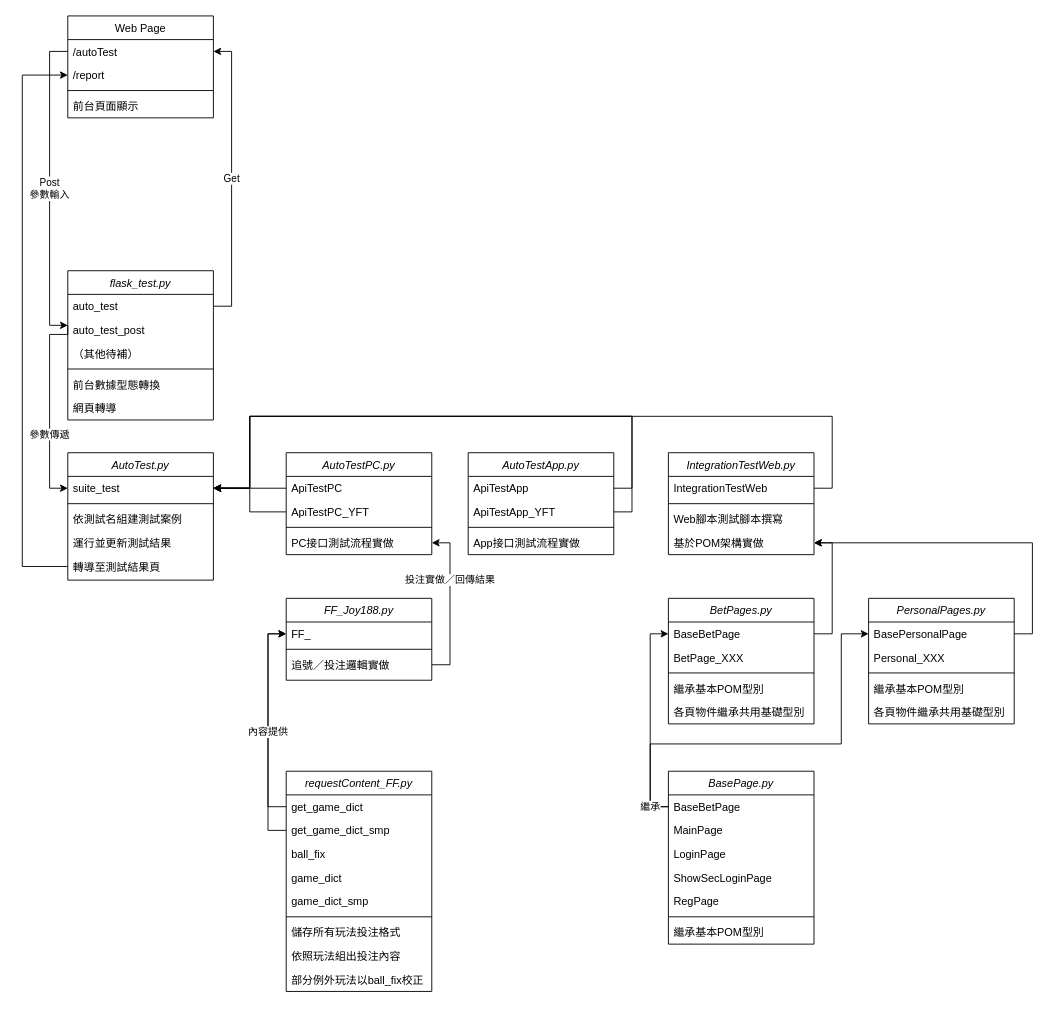
The draw.io diagram flask_flow_chart.drawio in peter53041993/flask_test, before the edit. Source tidied: cells renumbered, new cells numbered last; positions are measured from the earlier drawing's top-left corner, leaving out a move shared by most shapes. Both pictures are drawn from the tidied source at 91%, with x=0, y=0 at pixel (22, 15).
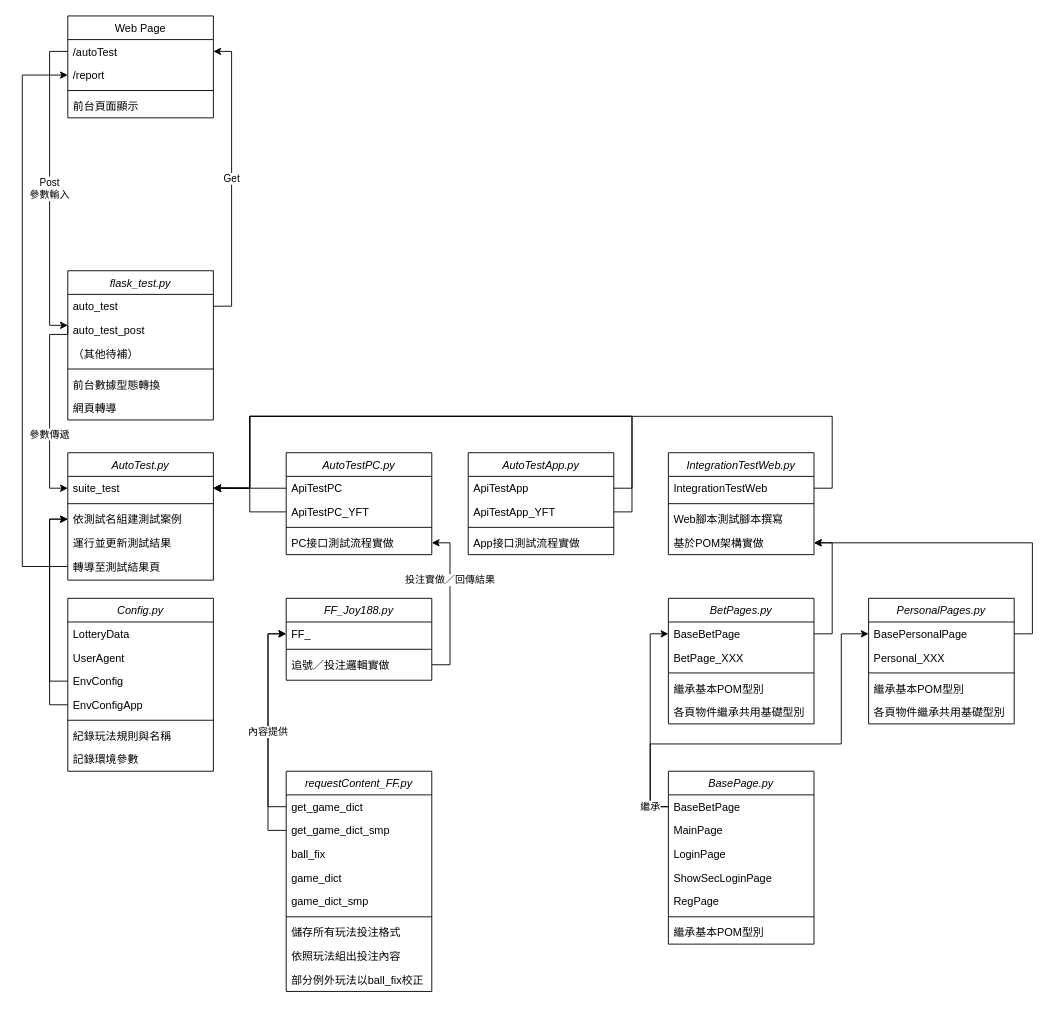
After the change.

Commit message:
Update flask_flow_chart v3

The change refers to these unchanged cells:
```xml
<mxCell id="19" value="依測試名組建測試案例" style="text;align=left;verticalAlign=top;spacingLeft=4;spacingRight=4;overflow=hidden;points=[[0,0.5],[1,0.5]];portConstraint=eastwest;" parent="16" vertex="1">
  <mxGeometry y="60" width="160" height="26" as="geometry" />
</mxCell>
```

Diff of the diagram source:
```diff
@@
+    <mxCell id="85" value="Config.py" style="swimlane;fontStyle=2;align=center;verticalAlign=top;horizontal=1;startSize=26;rounded=0;shadow=0;strokeWidth=1;" parent="1" vertex="1">
+      <mxGeometry x="50" y="640" width="160" height="190" as="geometry" />
+    </mxCell>
+    <mxCell id="86" value="LotteryData" style="text;align=left;verticalAlign=top;spacingLeft=4;spacingRight=4;overflow=hidden;" parent="85" vertex="1">
+      <mxGeometry y="26" width="160" height="26" as="geometry" />
+    </mxCell>
+    <mxCell id="87" value="UserAgent" style="text;align=left;verticalAlign=top;spacingLeft=4;spacingRight=4;overflow=hidden;" parent="85" vertex="1">
+      <mxGeometry y="52" width="160" height="26" as="geometry" />
+    </mxCell>
+    <mxCell id="88" value="EnvConfig" style="text;align=left;verticalAlign=top;spacingLeft=4;spacingRight=4;overflow=hidden;points=[[0,0.5],[1,0.5]];portConstraint=eastwest;" parent="85" vertex="1">
+      <mxGeometry y="78" width="160" height="26" as="geometry" />
+    </mxCell>
+    <mxCell id="89" value="EnvConfigApp" style="text;align=left;verticalAlign=top;spacingLeft=4;spacingRight=4;overflow=hidden;points=[[0,0.5],[1,0.5]];portConstraint=eastwest;" parent="85" vertex="1">
+      <mxGeometry y="104" width="160" height="26" as="geometry" />
+    </mxCell>
+    <mxCell id="90" style="line;html=1;strokeWidth=1;align=left;verticalAlign=middle;spacingTop=-1;spacingLeft=3;spacingRight=3;labelPosition=right;" parent="85" vertex="1">
+      <mxGeometry y="130" width="160" height="8" as="geometry" />
+    </mxCell>
+    <mxCell id="91" value="紀錄玩法規則與名稱" style="text;align=left;verticalAlign=top;spacingLeft=4;spacingRight=4;overflow=hidden;" parent="85" vertex="1">
+      <mxGeometry y="138" width="160" height="26" as="geometry" />
+    </mxCell>
+    <mxCell id="92" value="記錄環境參數" style="text;align=left;verticalAlign=top;spacingLeft=4;spacingRight=4;overflow=hidden;" parent="85" vertex="1">
+      <mxGeometry y="164" width="160" height="26" as="geometry" />
+    </mxCell>
+    <mxCell id="93" style="edgeStyle=orthogonalEdgeStyle;rounded=0;jettySize=auto;html=1;exitX=0;exitY=0.5;exitDx=0;exitDy=0;entryX=0;entryY=0.5;entryDx=0;entryDy=0;" parent="1" edge="1" source="88" target="19">
+      <mxGeometry relative="1" as="geometry" />
+    </mxCell>
+    <mxCell id="94" style="edgeStyle=orthogonalEdgeStyle;rounded=0;jettySize=auto;html=1;exitX=0;exitY=0.5;exitDx=0;exitDy=0;entryX=0;entryY=0.5;entryDx=0;entryDy=0;" parent="1" edge="1" source="89" target="19">
+      <mxGeometry relative="1" as="geometry">
+        <Array as="points">
+          <mxPoint x="30" y="757" />
+          <mxPoint x="30" y="553" />
+        </Array>
+      </mxGeometry>
+    </mxCell>
```
